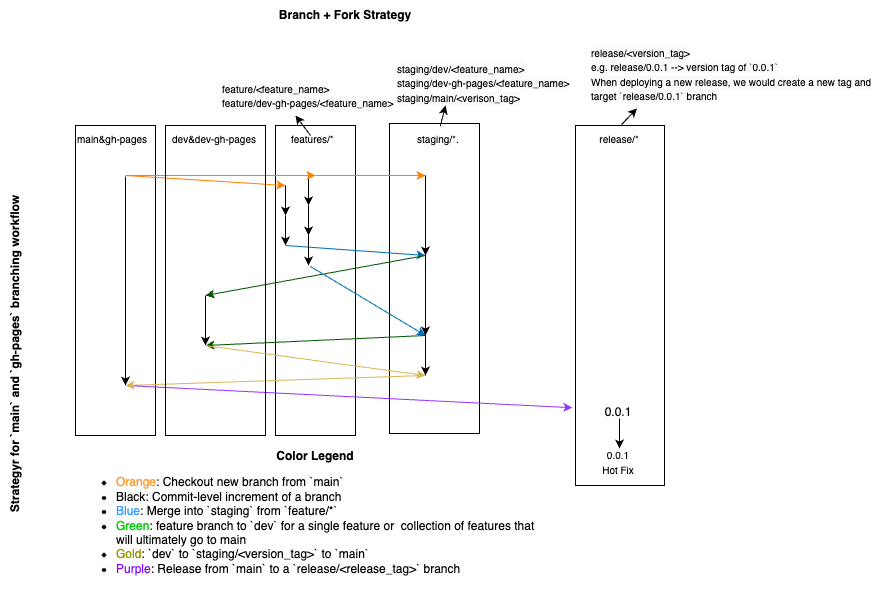
Above: docs/source/_static/images/branching_workflow_diagram.png in capitalone/DataProfiler (draw.io), before the change. Source tidied: cells renumbered, new cells last; positions are measured from the earlier drawing's top-left corner, leaving out a move shared by most shapes.
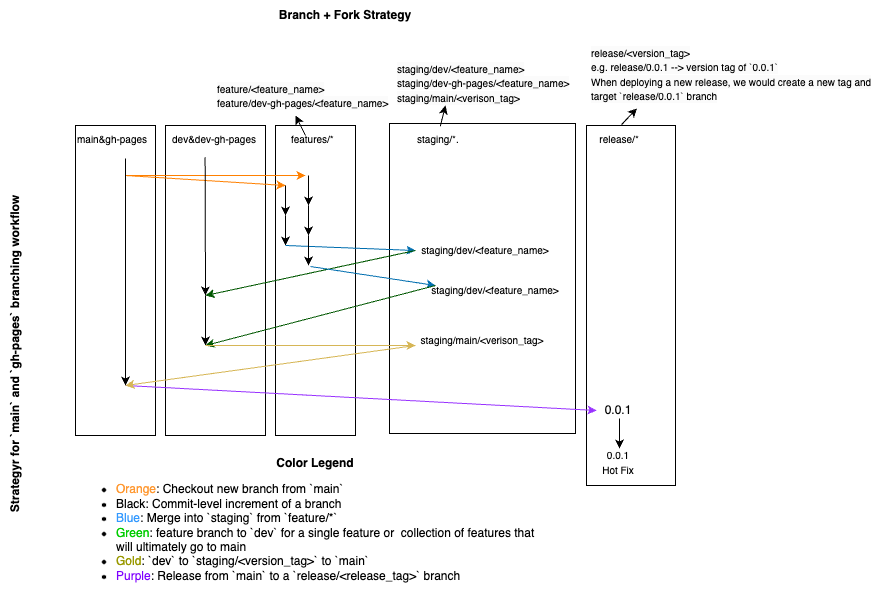
The same file after the commit.

Commit message:
clean up staging to reflect no commits

Diff of the diagram source:
```diff
@@ -2,17 +2,20 @@
   <root>
     <mxCell id="0" />
     <mxCell id="1" parent="0" />
+    <mxCell id="32" style="rounded=0;whiteSpace=wrap;html=1;fillColor=none;" parent="1" vertex="1">
+      <mxGeometry x="330" y="125" width="100" height="310" as="geometry" />
+    </mxCell>
     <mxCell id="2" style="rounded=0;whiteSpace=wrap;html=1;fillColor=none;" parent="1" vertex="1">
       <mxGeometry x="240" y="125" width="80" height="310" as="geometry" />
     </mxCell>
     <mxCell id="3" style="rounded=0;whiteSpace=wrap;html=1;fillColor=none;" parent="1" vertex="1">
-      <mxGeometry x="740" y="125" width="89" height="360" as="geometry" />
+      <mxGeometry x="751" y="125" width="89" height="360" as="geometry" />
     </mxCell>
     <mxCell id="4" style="rounded=0;whiteSpace=wrap;html=1;fillColor=none;" parent="1" vertex="1">
       <mxGeometry x="440" y="125" width="80" height="310" as="geometry" />
     </mxCell>
     <mxCell id="5" style="rounded=0;whiteSpace=wrap;html=1;fillColor=none;" parent="1" vertex="1">
-      <mxGeometry x="554" y="123" width="90" height="310" as="geometry" />
+      <mxGeometry x="554" y="123" width="186" height="310" as="geometry" />
     </mxCell>
     <mxCell id="6" value="&lt;font style=&quot;font-size: 10px;&quot;&gt;main&amp;amp;gh-pages&amp;nbsp; &amp;nbsp; &amp;nbsp; &amp;nbsp; &amp;nbsp;dev&amp;amp;dev-gh-pages&amp;nbsp; &amp;nbsp; &amp;nbsp;&lt;span style=&quot;white-space: pre;&quot;&gt;&#9;&lt;/span&gt;&lt;span style=&quot;white-space: pre;&quot;&gt;&amp;nbsp;&lt;/span&gt;&amp;nbsp; &amp;nbsp; features/*&amp;nbsp; &amp;nbsp; &amp;nbsp; &amp;nbsp; &amp;nbsp; &amp;nbsp; &amp;nbsp; &amp;nbsp; &amp;nbsp; &amp;nbsp; &amp;nbsp; &amp;nbsp; &amp;nbsp; &amp;nbsp; &amp;nbsp; staging/*.&amp;nbsp; &amp;nbsp; &amp;nbsp; &amp;nbsp; &amp;nbsp; &amp;nbsp; &amp;nbsp;&lt;span style=&quot;white-space: pre;&quot;&gt;&#9;&lt;span style=&quot;white-space: pre;&quot;&gt;&#9;&lt;/span&gt;&lt;span style=&quot;white-space: pre;&quot;&gt;&#9;&lt;/span&gt;&lt;span style=&quot;white-space: pre;&quot;&gt;&#9;&lt;/span&gt;&lt;/span&gt;&amp;nbsp; &amp;nbsp; &amp;nbsp; &amp;nbsp; &amp;nbsp; &amp;nbsp; release/*&lt;/font&gt;" style="text;whiteSpace=wrap;html=1;" parent="1" vertex="1">
       <mxGeometry x="240" y="125" width="600" height="30" as="geometry" />
@@ -50,33 +53,21 @@
     <mxCell id="12" style="endArrow=classic;html=1;rounded=0;fillColor=#f8cecc;strokeColor=#FF8000;" parent="1" edge="1">
       <mxGeometry relative="1" as="geometry">
         <mxPoint x="290" y="175" as="sourcePoint" />
-        <mxPoint x="480" y="175" as="targetPoint" />
+        <mxPoint x="470" y="175" as="targetPoint" />
       </mxGeometry>
     </mxCell>
     <mxCell id="13" style="endArrow=classic;html=1;rounded=0;fillColor=#1ba1e2;strokeColor=#006EAF;" parent="1" edge="1">
       <mxGeometry relative="1" as="geometry">
         <mxPoint x="450" y="245" as="sourcePoint" />
-        <mxPoint x="590" y="255" as="targetPoint" />
+        <mxPoint x="580" y="250" as="targetPoint" />
       </mxGeometry>
     </mxCell>
     <mxCell id="14" style="endArrow=classic;html=1;rounded=0;fillColor=#008a00;strokeColor=#005700;" parent="1" edge="1">
       <mxGeometry relative="1" as="geometry">
-        <mxPoint x="590" y="255" as="sourcePoint" />
+        <mxPoint x="580" y="250" as="sourcePoint" />
         <mxPoint x="370" y="295" as="targetPoint" />
       </mxGeometry>
     </mxCell>
-    <mxCell id="15" style="endArrow=classic;html=1;rounded=0;fillColor=#f8cecc;strokeColor=#FF8000;" parent="1" edge="1">
-      <mxGeometry relative="1" as="geometry">
-        <mxPoint x="480" y="175" as="sourcePoint" />
-        <mxPoint x="590" y="175" as="targetPoint" />
-      </mxGeometry>
-    </mxCell>
-    <mxCell id="16" style="endArrow=classic;html=1;rounded=0;" parent="1" edge="1">
-      <mxGeometry relative="1" as="geometry">
-        <mxPoint x="590" y="175" as="sourcePoint" />
-        <mxPoint x="590" y="255" as="targetPoint" />
-      </mxGeometry>
-    </mxCell>
     <mxCell id="17" value="&lt;b&gt;Branch + Fork Strategy&lt;/b&gt;" style="text;html=1;strokeColor=none;fillColor=none;align=center;verticalAlign=middle;whiteSpace=wrap;rounded=0;" parent="1" vertex="1">
       <mxGeometry x="385" width="250" height="30" as="geometry" />
     </mxCell>
@@ -84,25 +75,19 @@
       <mxGeometry x="0.4" y="338" width="360.2" height="30" as="geometry" />
     </mxCell>
     <mxCell id="19" value="&lt;b&gt;Color Legend&lt;br&gt;&lt;/b&gt;&lt;ul&gt;&lt;li style=&quot;border-color: var(--border-color); text-align: left;&quot;&gt;&lt;font style=&quot;border-color: var(--border-color);&quot; color=&quot;#ff9933&quot;&gt;Orange&lt;/font&gt;: Checkout new branch from `main`&lt;/li&gt;&lt;li style=&quot;border-color: var(--border-color); text-align: left;&quot;&gt;Black: Commit-level increment of a branch&lt;/li&gt;&lt;li style=&quot;text-align: left;&quot;&gt;&lt;font color=&quot;#3399ff&quot;&gt;Blue&lt;/font&gt;: Merge into `staging` from `feature/*`&lt;/li&gt;&lt;li style=&quot;border-color: var(--border-color); text-align: left;&quot;&gt;&lt;font style=&quot;border-color: var(--border-color);&quot; color=&quot;#00cc00&quot;&gt;Green&lt;/font&gt;: feature branch to `dev` for a single feature or&amp;nbsp; collection of features that will ultimately go to main&lt;/li&gt;&lt;li style=&quot;text-align: left;&quot;&gt;&lt;font style=&quot;background-color: initial;&quot; color=&quot;#999900&quot;&gt;Gold&lt;/font&gt;&lt;span style=&quot;background-color: initial;&quot;&gt;: `dev` to `staging/&amp;lt;version_tag&amp;gt;` to `main`&lt;/span&gt;&lt;br&gt;&lt;/li&gt;&lt;li style=&quot;border-color: var(--border-color); text-align: left;&quot;&gt;&lt;font style=&quot;border-color: var(--border-color); background-color: initial;&quot; color=&quot;#7f00ff&quot;&gt;Purple&lt;/font&gt;: Release from `main` to a `release/&amp;lt;release_tag&amp;gt;` branch&lt;/li&gt;&lt;/ul&gt;" style="text;html=1;strokeColor=none;fillColor=none;align=center;verticalAlign=middle;whiteSpace=wrap;rounded=0;" parent="1" vertex="1">
-      <mxGeometry x="240" y="448" width="480" height="140" as="geometry" />
+      <mxGeometry x="240" y="455" width="480" height="140" as="geometry" />
     </mxCell>
     <mxCell id="20" value="&lt;span style=&quot;color: rgb(0, 0, 0); font-family: Helvetica; font-style: normal; font-variant-ligatures: normal; font-variant-caps: normal; font-weight: 400; letter-spacing: normal; orphans: 2; text-align: left; text-indent: 0px; text-transform: none; widows: 2; word-spacing: 0px; -webkit-text-stroke-width: 0px; background-color: rgb(251, 251, 251); text-decoration-thickness: initial; text-decoration-style: initial; text-decoration-color: initial; float: none; display: inline !important;&quot;&gt;&lt;font style=&quot;font-size: 10px;&quot;&gt;staging/dev/&amp;lt;feature_name&amp;gt;&lt;br&gt;staging/dev-gh-pages/&amp;lt;feature_name&amp;gt;&lt;br&gt;staging/main/&amp;lt;verison_tag&amp;gt;&lt;/font&gt;&lt;br style=&quot;border-color: var(--border-color); font-size: 10px;&quot;&gt;&lt;/span&gt;" style="text;whiteSpace=wrap;html=1;" parent="1" vertex="1">
       <mxGeometry x="560" y="55" width="180" height="60" as="geometry" />
     </mxCell>
-    <mxCell id="21" style="endArrow=classic;html=1;rounded=0;fillColor=#f8cecc;strokeColor=#9933FF;entryX=-0.035;entryY=0.784;entryDx=0;entryDy=0;entryPerimeter=0;" parent="1" edge="1" target="3">
+    <mxCell id="21" style="endArrow=classic;html=1;rounded=0;fillColor=#f8cecc;strokeColor=#9933FF;entryX=0;entryY=0.5;entryDx=0;entryDy=0;" parent="1" edge="1" target="22">
       <mxGeometry relative="1" as="geometry">
         <mxPoint x="290" y="385" as="sourcePoint" />
       </mxGeometry>
     </mxCell>
     <mxCell id="22" value="0.0.1" style="text;html=1;strokeColor=none;fillColor=none;align=center;verticalAlign=middle;whiteSpace=wrap;rounded=0;" parent="1" vertex="1">
-      <mxGeometry x="753" y="397" width="60" height="30" as="geometry" />
+      <mxGeometry x="761" y="395" width="44" height="30" as="geometry" />
     </mxCell>
-    <mxCell id="23" style="endArrow=classic;html=1;rounded=0;" parent="1" edge="1">
-      <mxGeometry relative="1" as="geometry">
-        <mxPoint x="590" y="255" as="sourcePoint" />
-        <mxPoint x="590" y="335" as="targetPoint" />
-      </mxGeometry>
-    </mxCell>
     <mxCell id="24" style="endArrow=classic;html=1;rounded=0;" parent="1" edge="1">
       <mxGeometry relative="1" as="geometry">
         <mxPoint x="784" y="418" as="sourcePoint" />
@@ -118,7 +103,7 @@
     <mxCell id="26" style="endArrow=classic;html=1;rounded=0;fillColor=#1ba1e2;strokeColor=#006EAF;" parent="1" edge="1">
       <mxGeometry relative="1" as="geometry">
         <mxPoint x="475" y="266" as="sourcePoint" />
-        <mxPoint x="590" y="335" as="targetPoint" />
+        <mxPoint x="600" y="285" as="targetPoint" />
       </mxGeometry>
     </mxCell>
     <mxCell id="27" style="endArrow=classic;html=1;rounded=0;fillColor=#f8cecc;strokeColor=#000000;" parent="1" edge="1">
@@ -129,13 +114,13 @@
     </mxCell>
     <mxCell id="28" style="endArrow=classic;html=1;rounded=0;fillColor=#008a00;strokeColor=#005700;" parent="1" edge="1">
       <mxGeometry relative="1" as="geometry">
-        <mxPoint x="590" y="335" as="sourcePoint" />
+        <mxPoint x="600" y="285" as="sourcePoint" />
         <mxPoint x="370" y="345" as="targetPoint" />
       </mxGeometry>
     </mxCell>
     <mxCell id="29" style="endArrow=classic;html=1;rounded=0;fillColor=#fff2cc;strokeColor=#d6b656;" parent="1" edge="1">
       <mxGeometry relative="1" as="geometry">
-        <mxPoint x="590" y="375" as="sourcePoint" />
+        <mxPoint x="580" y="345" as="sourcePoint" />
         <mxPoint x="290" y="385" as="targetPoint" />
       </mxGeometry>
     </mxCell>
@@ -144,18 +129,15 @@
     </mxCell>
     <mxCell id="31" style="endArrow=classic;html=1;rounded=0;" parent="1" edge="1">
       <mxGeometry relative="1" as="geometry">
-        <mxPoint x="290" y="176" as="sourcePoint" />
+        <mxPoint x="290" y="158" as="sourcePoint" />
         <mxPoint x="290" y="385" as="targetPoint" />
       </mxGeometry>
     </mxCell>
-    <mxCell id="32" style="rounded=0;whiteSpace=wrap;html=1;fillColor=none;" parent="1" vertex="1">
-      <mxGeometry x="330" y="125" width="100" height="310" as="geometry" />
-    </mxCell>
     <mxCell id="33" value="&lt;span style=&quot;color: rgb(0, 0, 0); font-family: Helvetica; font-style: normal; font-variant-ligatures: normal; font-variant-caps: normal; font-weight: 400; letter-spacing: normal; orphans: 2; text-align: left; text-indent: 0px; text-transform: none; widows: 2; word-spacing: 0px; -webkit-text-stroke-width: 0px; background-color: rgb(251, 251, 251); text-decoration-thickness: initial; text-decoration-style: initial; text-decoration-color: initial; float: none; display: inline !important;&quot;&gt;&lt;span style=&quot;font-size: 10px;&quot;&gt;release/&amp;lt;version_tag&amp;gt;&lt;br&gt;&lt;/span&gt;&lt;font style=&quot;font-size: 10px;&quot;&gt;e.g. release/0.0.1 --&amp;gt; version tag of `0.0.1`&lt;br&gt;&lt;/font&gt;&lt;font style=&quot;font-size: 10px;&quot;&gt;When deploying a new release, we would create a new tag and target `release/0.0.1` branch&lt;/font&gt;&lt;br style=&quot;border-color: var(--border-color); font-size: 10px;&quot;&gt;&lt;/span&gt;" style="text;whiteSpace=wrap;html=1;" parent="1" vertex="1">
       <mxGeometry x="754" y="39" width="300" height="70" as="geometry" />
     </mxCell>
     <mxCell id="34" value="&lt;span style=&quot;color: rgb(0, 0, 0); font-family: Helvetica; font-style: normal; font-variant-ligatures: normal; font-variant-caps: normal; font-weight: 400; letter-spacing: normal; orphans: 2; text-align: left; text-indent: 0px; text-transform: none; widows: 2; word-spacing: 0px; -webkit-text-stroke-width: 0px; background-color: rgb(251, 251, 251); text-decoration-thickness: initial; text-decoration-style: initial; text-decoration-color: initial; float: none; display: inline !important;&quot;&gt;&lt;font style=&quot;font-size: 10px;&quot;&gt;feature/&amp;lt;feature_name&amp;gt;&lt;br&gt;feature/dev-gh-pages/&amp;lt;feature_name&amp;gt;&lt;/font&gt;&lt;br&gt;&lt;/span&gt;" style="text;whiteSpace=wrap;html=1;" parent="1" vertex="1">
-      <mxGeometry x="385" y="75" width="180" height="60" as="geometry" />
+      <mxGeometry x="380" y="75" width="180" height="60" as="geometry" />
     </mxCell>
     <mxCell id="35" style="endArrow=classic;html=1;rounded=0;exitX=0.5;exitY=1;exitDx=0;exitDy=0;" parent="1" edge="1" source="34">
       <mxGeometry relative="1" as="geometry">
@@ -170,16 +152,22 @@
     <mxCell id="37" style="endArrow=classic;html=1;rounded=0;exitX=0.91;exitY=-0.027;exitDx=0;exitDy=0;exitPerimeter=0;entryX=0.158;entryY=0.984;entryDx=0;entryDy=0;entryPerimeter=0;" parent="1" edge="1" source="6" target="33">
       <mxGeometry relative="1" as="geometry" />
     </mxCell>
-    <mxCell id="38" style="endArrow=classic;html=1;rounded=0;" parent="1" edge="1">
-      <mxGeometry relative="1" as="geometry">
-        <mxPoint x="590" y="295" as="sourcePoint" />
-        <mxPoint x="590" y="375" as="targetPoint" />
-      </mxGeometry>
-    </mxCell>
     <mxCell id="39" style="endArrow=classic;html=1;rounded=0;fillColor=#fff2cc;strokeColor=#d6b656;exitX=0.4;exitY=0.71;exitDx=0;exitDy=0;exitPerimeter=0;" parent="1" edge="1" source="32">
       <mxGeometry relative="1" as="geometry">
-        <mxPoint x="590" y="375" as="targetPoint" />
+        <mxPoint x="580" y="345" as="targetPoint" />
       </mxGeometry>
     </mxCell>
+    <mxCell id="40" value="&lt;font style=&quot;font-size: 10px;&quot;&gt;staging/dev/&amp;lt;feature_name&amp;gt;&lt;/font&gt;" style="text;html=1;strokeColor=none;fillColor=none;align=center;verticalAlign=middle;whiteSpace=wrap;rounded=0;" parent="1" vertex="1">
+      <mxGeometry x="600" y="235" width="100" height="30" as="geometry" />
+    </mxCell>
+    <mxCell id="41" value="&lt;font style=&quot;font-size: 10px;&quot;&gt;staging/dev/&amp;lt;feature_name&amp;gt;&lt;/font&gt;" style="text;html=1;strokeColor=none;fillColor=none;align=center;verticalAlign=middle;whiteSpace=wrap;rounded=0;" parent="1" vertex="1">
+      <mxGeometry x="610" y="275" width="100" height="30" as="geometry" />
+    </mxCell>
+    <mxCell id="42" value="&lt;font style=&quot;font-size: 10px;&quot;&gt;staging/main/&amp;lt;verison_tag&amp;gt;&lt;/font&gt;" style="text;html=1;strokeColor=none;fillColor=none;align=center;verticalAlign=middle;whiteSpace=wrap;rounded=0;" parent="1" vertex="1">
+      <mxGeometry x="617" y="325" width="60" height="30" as="geometry" />
+    </mxCell>
+    <mxCell id="43" style="endArrow=classic;html=1;rounded=0;entryX=0.4;entryY=0.548;entryDx=0;entryDy=0;entryPerimeter=0;exitX=0.216;exitY=1.061;exitDx=0;exitDy=0;exitPerimeter=0;" parent="1" edge="1" source="6" target="32">
+      <mxGeometry relative="1" as="geometry" />
+    </mxCell>
   </root>
 </mxGraphModel>
```
